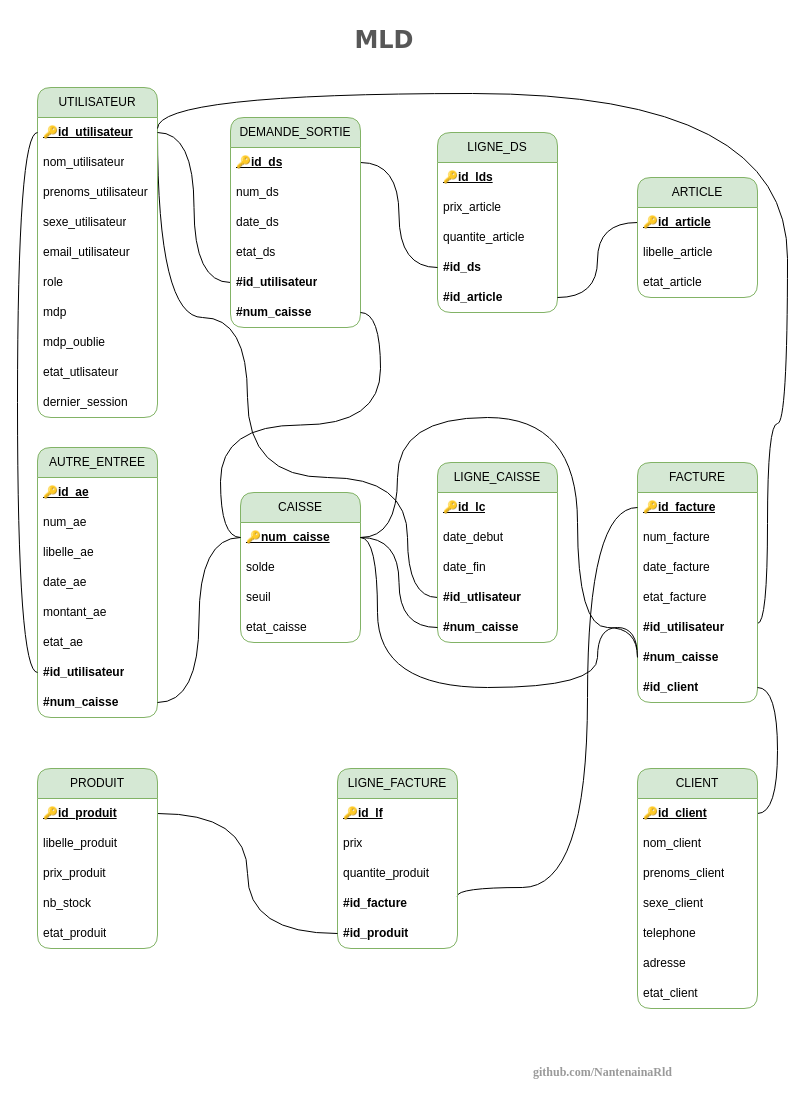
The draw.io diagram page "Page-2" (3 of 5) of documents/flux_mcd_mld_mct_mot.drawio in NantenainaRld/www-faktiora-mg, before the edit. Source tidied: cells renumbered, new cells numbered last; positions are measured from the earlier drawing's top-left corner, leaving out a move shared by most shapes. Both pictures are drawn from the tidied source at 100%, with x=0, y=0 at pixel (37, 17).
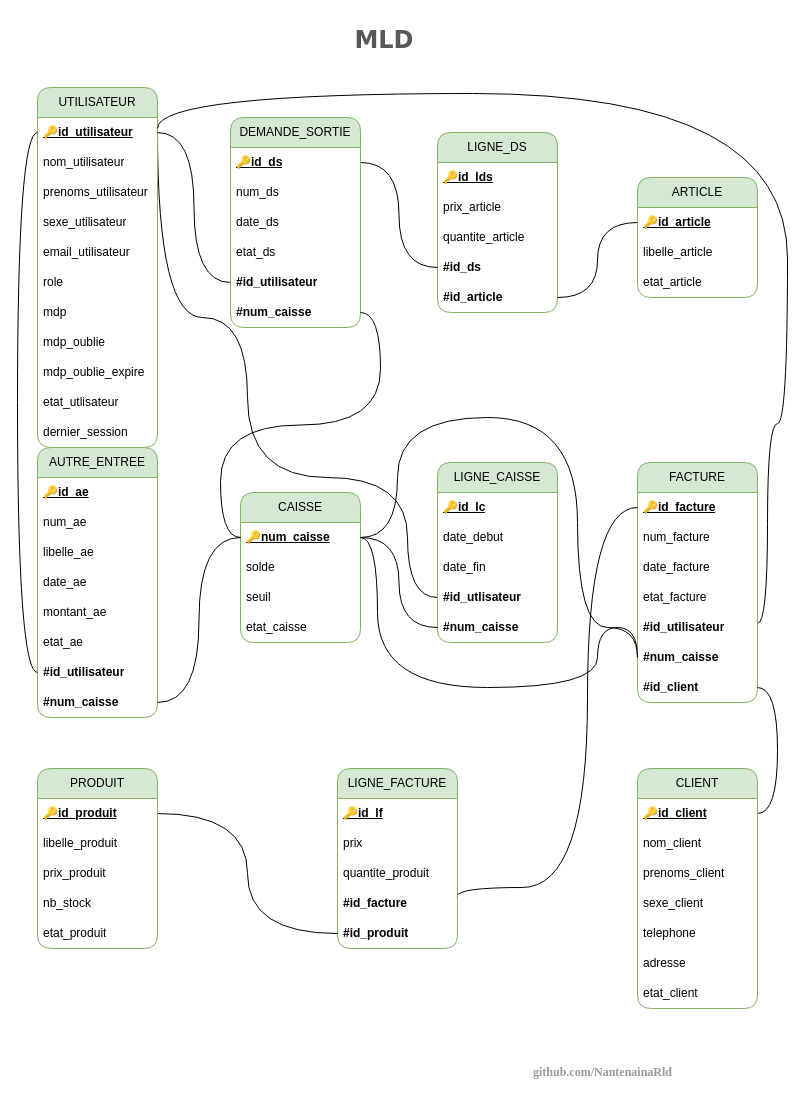
After the change.

What changed in the source:
```diff
@@
     <mxCell id="3" value="UTILISATEUR" style="swimlane;fontStyle=0;horizontal=1;startSize=30;whiteSpace=wrap;html=1;swimlaneFillColor=none;fillColor=#d5e8d4;strokeColor=#82b366;rounded=1;" parent="1" vertex="1">
-      <mxGeometry y="70" width="120" height="330" as="geometry" />
+      <mxGeometry y="70" width="120" height="360" as="geometry" />
     </mxCell>
@@
+    <mxCell id="94" value="mdp_oublie_expire" style="text;strokeColor=none;fillColor=none;align=left;verticalAlign=middle;spacingLeft=4;spacingRight=4;overflow=hidden;whiteSpace=wrap;html=1;rounded=1;" parent="3" vertex="1">
+      <mxGeometry y="270" width="120" height="30" as="geometry" />
+    </mxCell>
     <mxCell id="12" value="etat_utlisateur" style="text;strokeColor=none;fillColor=none;align=left;verticalAlign=middle;spacingLeft=4;spacingRight=4;overflow=hidden;whiteSpace=wrap;html=1;rounded=1;" parent="3" vertex="1">
-      <mxGeometry y="270" width="120" height="30" as="geometry" />
+      <mxGeometry y="300" width="120" height="30" as="geometry" />
     </mxCell>
     <mxCell id="13" value="dernier_session" style="text;strokeColor=none;fillColor=none;align=left;verticalAlign=middle;spacingLeft=4;spacingRight=4;overflow=hidden;whiteSpace=wrap;html=1;rounded=1;" parent="3" vertex="1">
-      <mxGeometry y="300" width="120" height="30" as="geometry" />
+      <mxGeometry y="330" width="120" height="30" as="geometry" />
     </mxCell>
```
